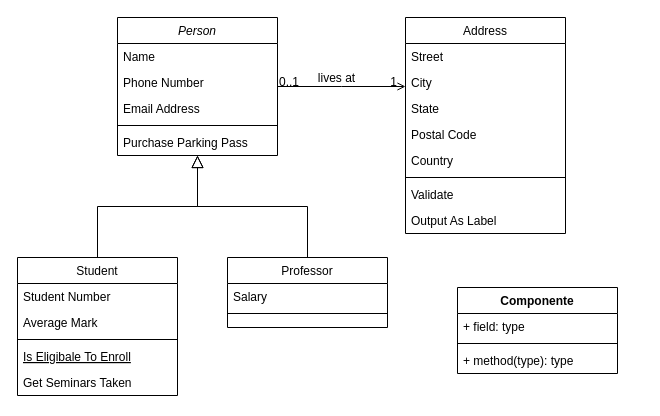
The draw.io diagram ProyectoRestaurante.drawio in YaquelinG/Taller2, before the edit. Source tidied: cells renumbered, new cells numbered last; positions are measured from the earlier drawing's top-left corner, leaving out a move shared by most shapes. Both pictures are drawn from the tidied source at 100%, with x=0, y=0 at pixel (17, 17).
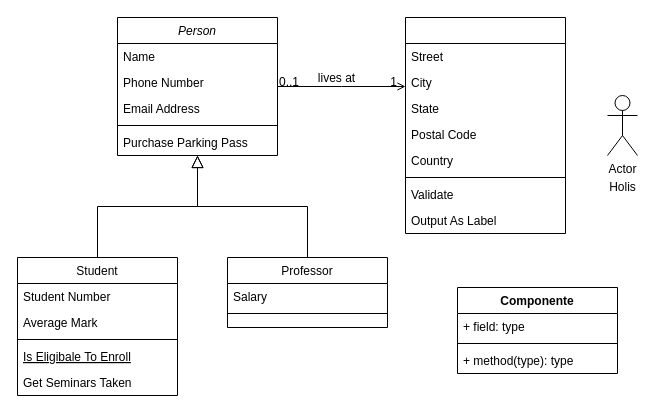
The same page after the edit.

Diff of the diagram source:
```diff
@@
-    <mxCell id="19" value="Address" style="swimlane;fontStyle=0;align=center;verticalAlign=top;horizontal=1;startSize=26;rounded=0;shadow=0;strokeWidth=1;" parent="1" vertex="1">
+    <mxCell id="19" style="swimlane;fontStyle=0;align=center;verticalAlign=top;horizontal=1;startSize=26;rounded=0;shadow=0;strokeWidth=1;" parent="1" vertex="1">
       <mxGeometry x="388" width="160" height="216" as="geometry" />
     </mxCell>
@@
+    <mxCell id="36" value="Actor" style="shape=umlActor;verticalLabelPosition=bottom;verticalAlign=top;html=1;" parent="1" vertex="1">
+      <mxGeometry x="590" y="78" width="30" height="60" as="geometry" />
+    </mxCell>
@@
+    <mxCell id="37" value="Holis&lt;br&gt;" style="text;html=1;align=center;verticalAlign=middle;" parent="1" vertex="1">
+      <mxGeometry x="585" y="160" width="40" height="20" as="geometry" />
+    </mxCell>
```
